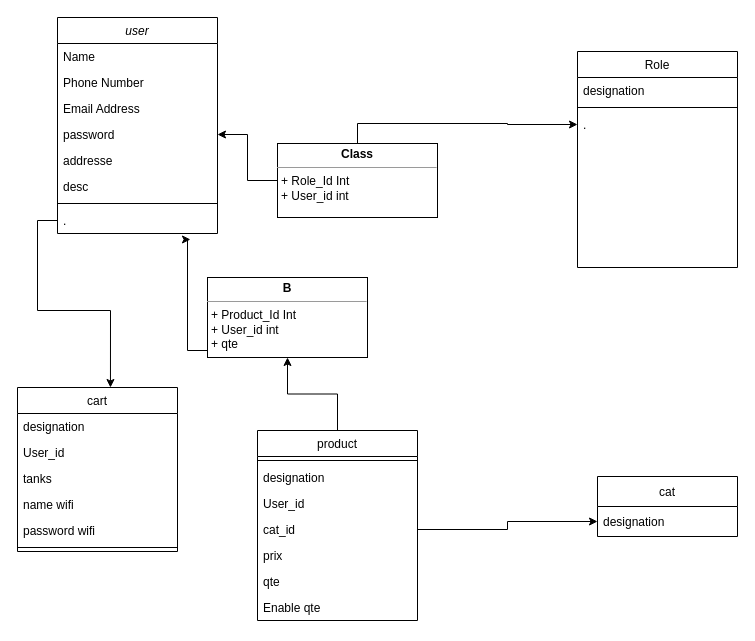
Before: page "Page-2" (2 of 3) of class Diagram.drawio in soufiane-ekouines/restaurants_cart, a draw.io diagram. Source tidied: cells renumbered, new cells numbered last; positions are measured from the earlier drawing's top-left corner, leaving out a move shared by most shapes. Both pictures are drawn from the tidied source at 100%, with x=0, y=0 at pixel (17, 17).
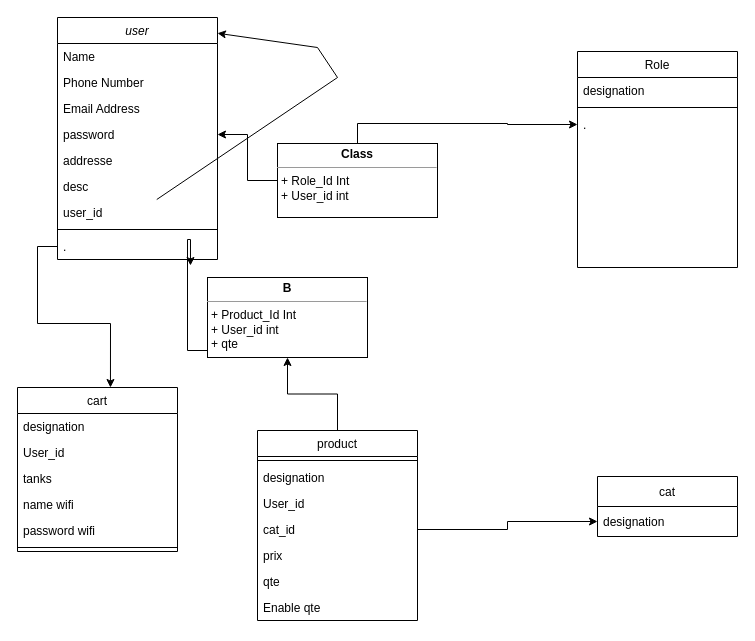
After the change.

Change to the diagram source:
```diff
@@
     <mxCell id="2" value="user" style="swimlane;fontStyle=2;align=center;verticalAlign=top;horizontal=1;startSize=26;rounded=0;shadow=0;strokeWidth=1;" parent="1" vertex="1">
-      <mxGeometry x="40" width="160" height="216" as="geometry" />
+      <mxGeometry x="40" width="160" height="242" as="geometry" />
     </mxCell>
@@
+    <mxCell id="40" value="user_id" style="text;align=left;verticalAlign=top;spacingLeft=4;spacingRight=4;overflow=hidden;points=[[0,0.5],[1,0.5]];portConstraint=eastwest;rounded=0;shadow=0;html=0;" parent="2" vertex="1">
+      <mxGeometry y="182" width="160" height="26" as="geometry" />
+    </mxCell>
     <mxCell id="9" style="line;html=1;strokeWidth=1;align=left;verticalAlign=middle;spacingTop=-1;spacingLeft=3;spacingRight=3;labelPosition=right;" parent="2" vertex="1">
-      <mxGeometry y="182" width="160" height="8" as="geometry" />
+      <mxGeometry y="208" width="160" height="8" as="geometry" />
     </mxCell>
     <mxCell id="10" value="." style="text;align=left;verticalAlign=top;spacingLeft=4;spacingRight=4;overflow=hidden;points=[[0,0.5],[1,0.5]];portConstraint=eastwest;" parent="2" vertex="1">
-      <mxGeometry y="190" width="160" height="26" as="geometry" />
+      <mxGeometry y="216" width="160" height="26" as="geometry" />
     </mxCell>
+    <mxCell id="41" style="endArrow=classic;html=1;rounded=0;entryX=1;entryY=0.065;entryDx=0;entryDy=0;entryPerimeter=0;" parent="2" edge="1" source="40" target="2">
+      <mxGeometry relative="1" as="geometry">
+        <Array as="points">
+          <mxPoint x="280" y="60" />
+          <mxPoint x="260" y="30" />
+        </Array>
+      </mxGeometry>
+    </mxCell>
```
